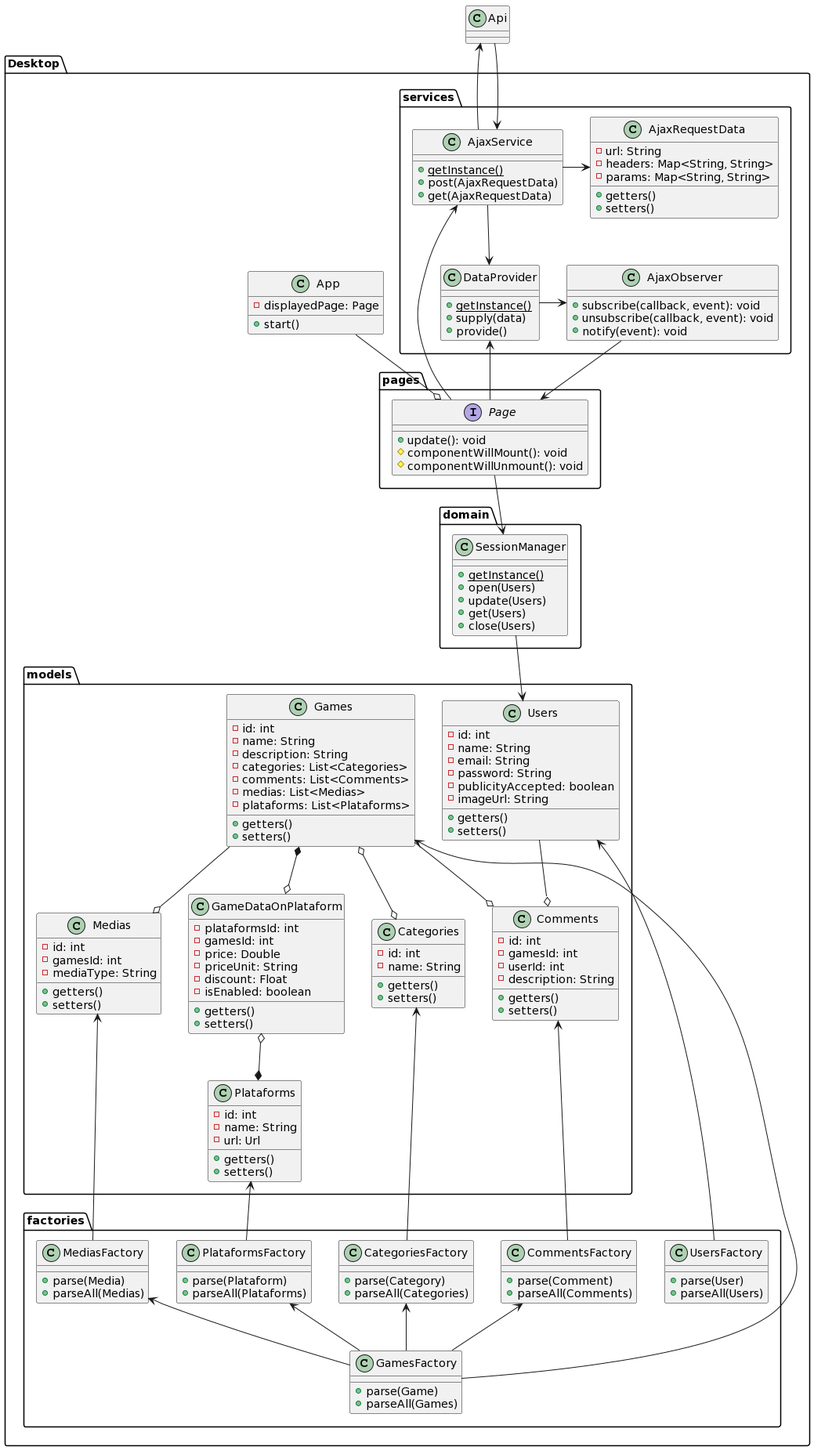
Before: docs/diagrams/out/ClientClassDiagram.png, a diagram exported from PlantUML (DainWs/VoidEyeGames). Source of this version:
```plantuml
@startuml
skinparam groupInheritance 5

class Api {}

namespace Desktop {
 namespace pages {
  interface Page {
    +update(): void
    #componentWillMount(): void
    #componentWillUnmount(): void
  }
 }
 namespace models {
  class Games {
   -id: int
   -name: String
   -description: String
   -categories: List<Categories>
   -comments: List<Comments>
   -medias: List<Medias>
   -plataforms: List<Plataforms>
   +getters()
   +setters()
  }
  class Categories {
   -id: int
   -name: String
   +getters()
   +setters()
  }
  class Comments {
   -id: int
   -gamesId: int
   -userId: int
   -description: String
   +getters()
   +setters()
  }
  class Medias {
   -id: int
   -gamesId: int
   -mediaType: String
   +getters()
   +setters()
  }
  class GameDataOnPlataform {
   -plataformsId: int
   -gamesId: int
   -price: Double
   -priceUnit: String
   -discount: Float
   -isEnabled: boolean
   +getters()
   +setters()
  }
  class Plataforms {
   -id: int
   -name: String
   -url: Url
   +getters()
   +setters()
  }
  class Users {
   -id: int
   -name: String
   -email: String
   -password: String
   -publicityAccepted: boolean
   -imageUrl: String
   +getters()
   +setters()
  }
  Games *--o GameDataOnPlataform
  GameDataOnPlataform o--* Plataforms
  Games o--o Categories
  Games --o Comments
  Users --o Comments
  Games --o Medias
 }
 namespace factories {
  class UsersFactory {
   +parse(User)
   +parseAll(Users)
  }
  Desktop.models.Users <-u- UsersFactory
  class GamesFactory {
   +parse(Game)
   +parseAll(Games)
  }
  Desktop.models.Games <--r-- GamesFactory
  class CategoriesFactory {
   +parse(Category)
   +parseAll(Categories)
  }
  Desktop.models.Categories <-down-- CategoriesFactory
  class MediasFactory {
   +parse(Media)
   +parseAll(Medias)
   }
  Desktop.models.Medias <-down-- MediasFactory
  class CommentsFactory {
   +parse(Comment)
   +parseAll(Comments)
  }
  Desktop.models.Comments <-down-- CommentsFactory
  class PlataformsFactory {
   +parse(Plataform)
   +parseAll(Plataforms)
  }
  Desktop.models.Plataforms <--- PlataformsFactory
  GamesFactory -u-> CategoriesFactory
  GamesFactory -u-> MediasFactory
  GamesFactory -u-> CommentsFactory
  GamesFactory -u-> PlataformsFactory
 }
 namespace domain {
	class SessionManager {
		+{static} getInstance()
		+open(Users)
		+update(Users)
		+get(Users)
		+close(Users)
	}
 }
 namespace services {
	class AjaxRequestData {
          -url: String
          -headers: Map<String, String>
          -params: Map<String, String>
          +getters()
          +setters()
        }
	class AjaxService {
		+{static} getInstance()
		+post(AjaxRequestData)
		+get(AjaxRequestData)
	}
        class DataProvider {
          +{static} getInstance()
          +supply(data)
          +provide()
        }
        class AjaxObserver {
         +subscribe(callback, event): void
         +unsubscribe(callback, event): void
         +notify(event): void
        }
	AjaxRequestData <-l- AjaxService
        AjaxService -d-> DataProvider
        DataProvider -r-> AjaxObserver
        AjaxObserver -d-> Desktop.pages.Page
 }
 Desktop.services.AjaxService <-- Desktop.pages.Page
 Desktop.services.DataProvider <-- Desktop.pages.Page
 Desktop.domain.SessionManager <-u- Desktop.pages.Page
 Desktop.domain.SessionManager -d-> Desktop.models.Users

 class App {
   -displayedPage: Page
   +start()
 }
 App -d-o Desktop.pages.Page
 Desktop.services.AjaxService -u-> .Api
 Desktop.services.AjaxService <-u- .Api
}
@enduml
```
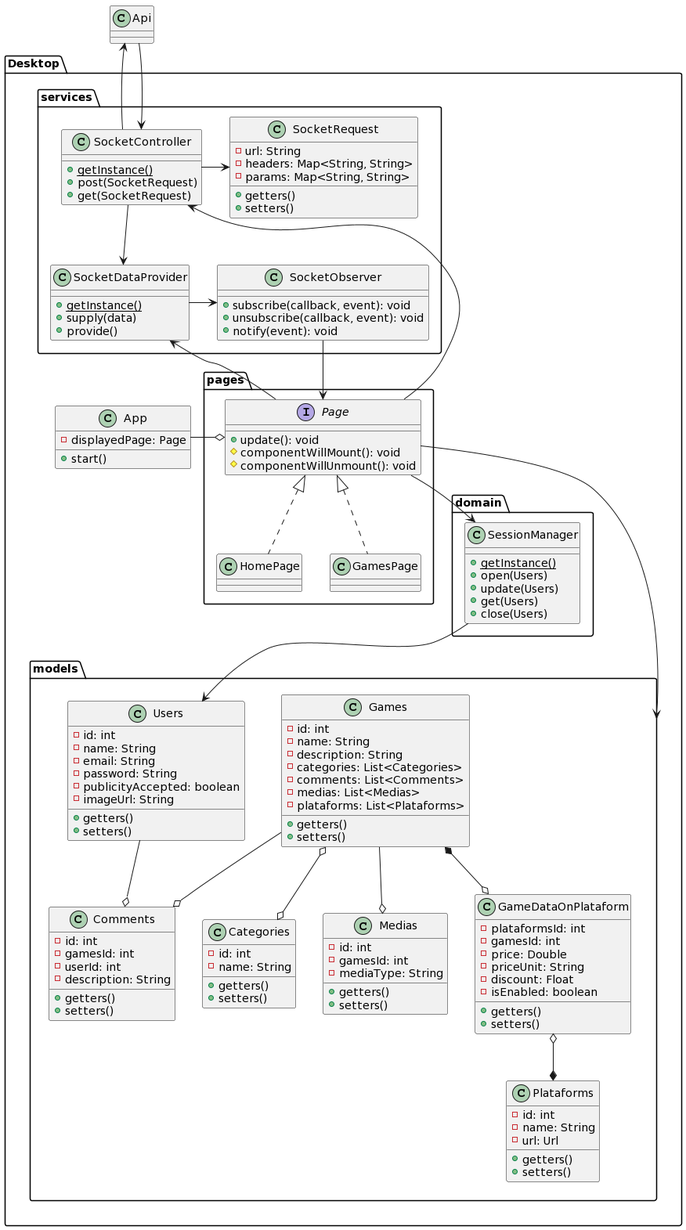
The same diagram one commit later.

Diff of the diagram source:
```diff
@@ -10,6 +10,8 @@
     #componentWillMount(): void
     #componentWillUnmount(): void
   }
+  class HomePage implements Page {}
+  class GamesPage implements Page {}
  }
  namespace models {
   class Games {
@@ -78,42 +80,6 @@
   Users --o Comments
   Games --o Medias
  }
- namespace factories {
-  class UsersFactory {
-   +parse(User)
-   +parseAll(Users)
-  }
-  Desktop.models.Users <-u- UsersFactory
-  class GamesFactory {
-   +parse(Game)
-   +parseAll(Games)
-  }
-  Desktop.models.Games <--r-- GamesFactory
-  class CategoriesFactory {
-   +parse(Category)
-   +parseAll(Categories)
-  }
-  Desktop.models.Categories <-down-- CategoriesFactory
-  class MediasFactory {
-   +parse(Media)
-   +parseAll(Medias)
-   }
-  Desktop.models.Medias <-down-- MediasFactory
-  class CommentsFactory {
-   +parse(Comment)
-   +parseAll(Comments)
-  }
-  Desktop.models.Comments <-down-- CommentsFactory
-  class PlataformsFactory {
-   +parse(Plataform)
-   +parseAll(Plataforms)
-  }
-  Desktop.models.Plataforms <--- PlataformsFactory
-  GamesFactory -u-> CategoriesFactory
-  GamesFactory -u-> MediasFactory
-  GamesFactory -u-> CommentsFactory
-  GamesFactory -u-> PlataformsFactory
- }
  namespace domain {
 	class SessionManager {
 		+{static} getInstance()
@@ -124,35 +90,36 @@
 	}
  }
  namespace services {
-	class AjaxRequestData {
-          -url: String
-          -headers: Map<String, String>
-          -params: Map<String, String>
-          +getters()
-          +setters()
-        }
-	class AjaxService {
+	class SocketRequest {
+		-url: String
+		-headers: Map<String, String>
+		-params: Map<String, String>
+		+getters()
+		+setters()
+    }
+	class SocketController {
 		+{static} getInstance()
-		+post(AjaxRequestData)
-		+get(AjaxRequestData)
+		+post(SocketRequest)
+		+get(SocketRequest)
 	}
-        class DataProvider {
-          +{static} getInstance()
-          +supply(data)
-          +provide()
-        }
-        class AjaxObserver {
-         +subscribe(callback, event): void
-         +unsubscribe(callback, event): void
-         +notify(event): void
-        }
-	AjaxRequestData <-l- AjaxService
-        AjaxService -d-> DataProvider
-        DataProvider -r-> AjaxObserver
-        AjaxObserver -d-> Desktop.pages.Page
+	class SocketDataProvider {
+		+{static} getInstance()
+		+supply(data)
+		+provide()
+	}
+	class SocketObserver {
+		+subscribe(callback, event): void
+		+unsubscribe(callback, event): void
+		+notify(event): void
+	}
+	SocketRequest <-l- SocketController
+	SocketController -d-> SocketDataProvider
+	SocketDataProvider -r-> SocketObserver
+	SocketObserver -d-> Desktop.pages.Page
  }
- Desktop.services.AjaxService <-- Desktop.pages.Page
- Desktop.services.DataProvider <-- Desktop.pages.Page
+ Desktop.services.SocketController <-- Desktop.pages.Page
+ Desktop.services.SocketDataProvider <-- Desktop.pages.Page
+ Desktop.models <-- Desktop.pages.Page
  Desktop.domain.SessionManager <-u- Desktop.pages.Page
  Desktop.domain.SessionManager -d-> Desktop.models.Users
 
@@ -160,8 +127,8 @@
    -displayedPage: Page
    +start()
  }
- App -d-o Desktop.pages.Page
- Desktop.services.AjaxService -u-> .Api
- Desktop.services.AjaxService <-u- .Api
+ App -l-o Desktop.pages.Page
+ Desktop.services.SocketController -u-> .Api
+ Desktop.services.SocketController <-u- .Api
 }
 @enduml
```
